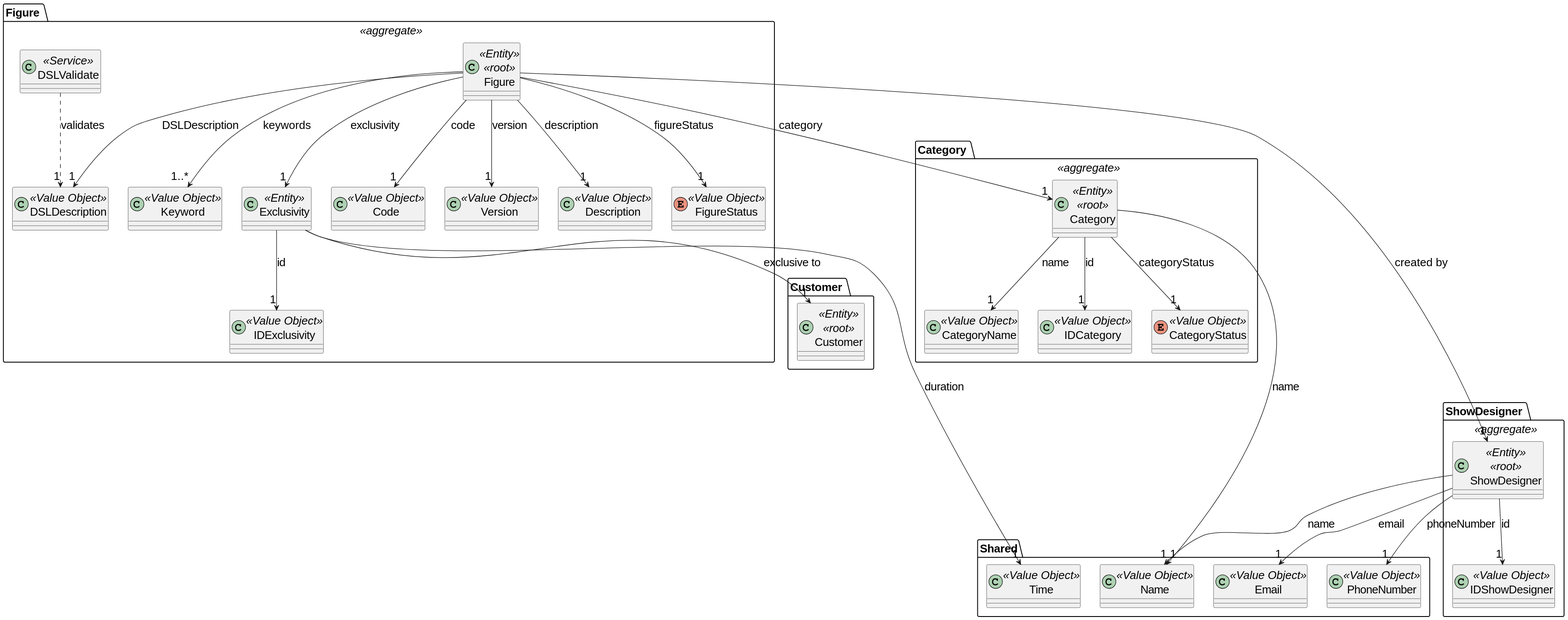
Earlier version of the PlantUML export docs/global_artifacts/analysis/images/domain_model_figure.svg (diogoveirospro/sem4pi-2024-2025-sem4pi_2024_2025_g44).
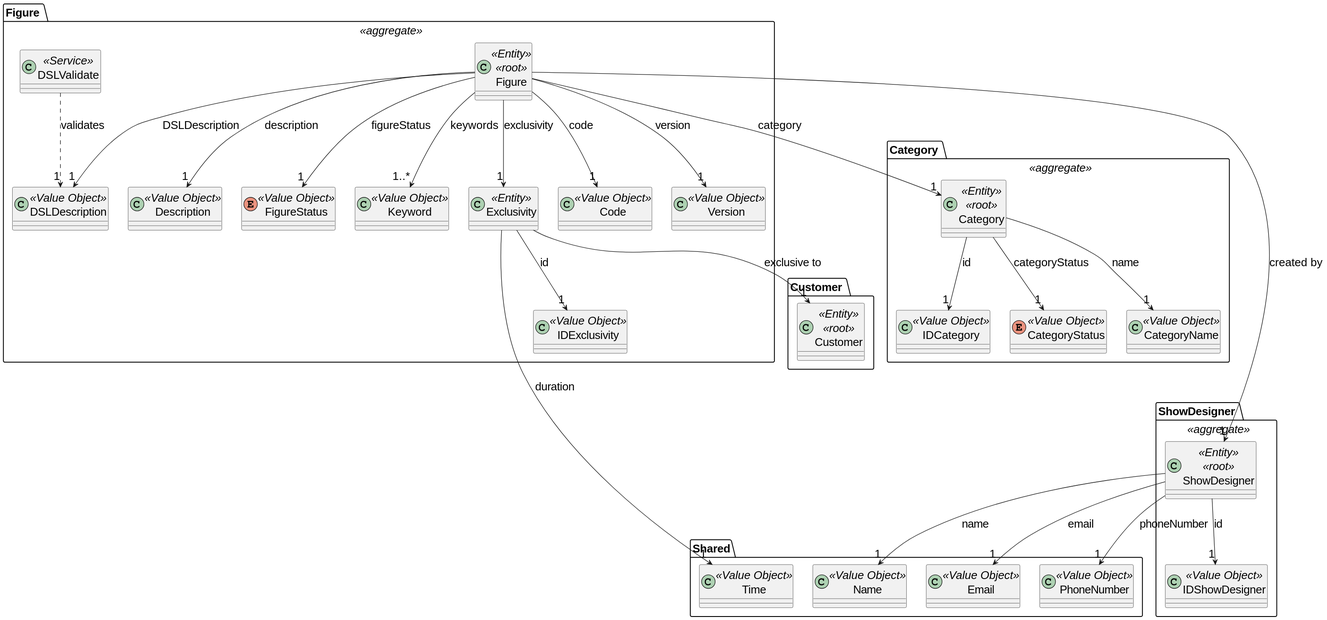
Later version of the same file.

Commit message:
#21 Made writing corrections in the US231 documentation for improved clarity and fixed one of the US tests. #6 Corrected the domain model by removing an extra link to the Name class.

Change to the diagram source:
```diff
@@ -107,7 +107,5 @@
     ShowDesigner --> "1" PhoneNumber: phoneNumber
 
     Exclusivity ----> "1" Time: duration
-
-    Category ----> "1" Name: name
 }
 @enduml
```
